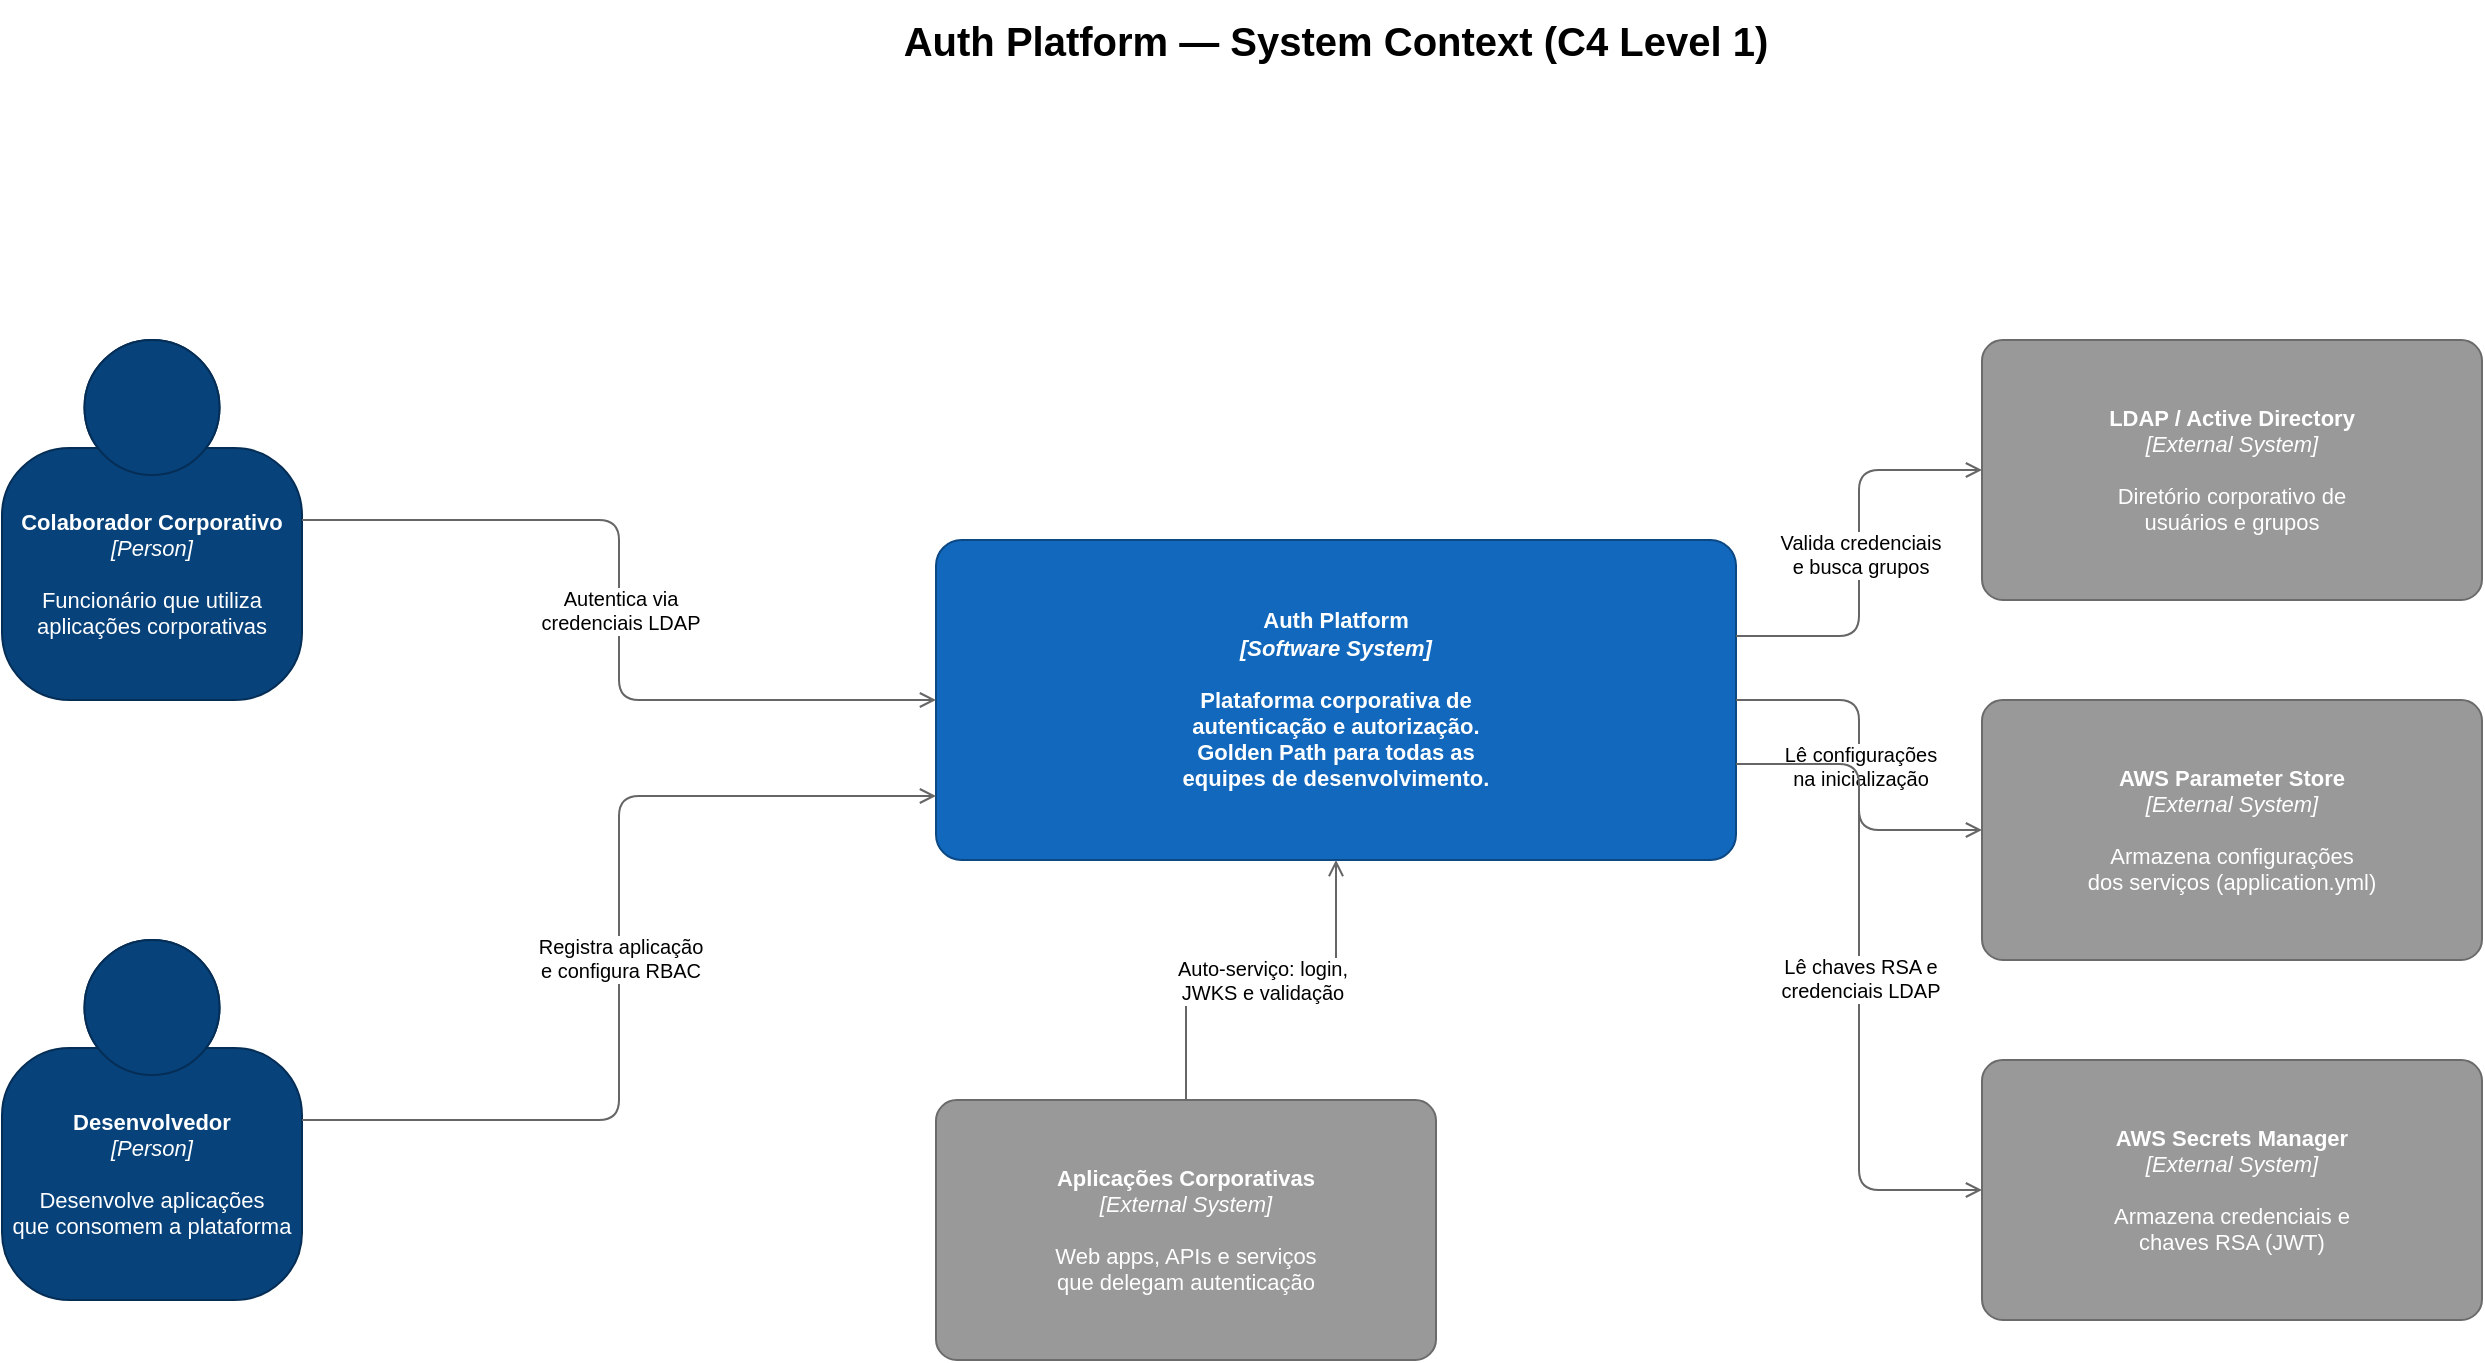
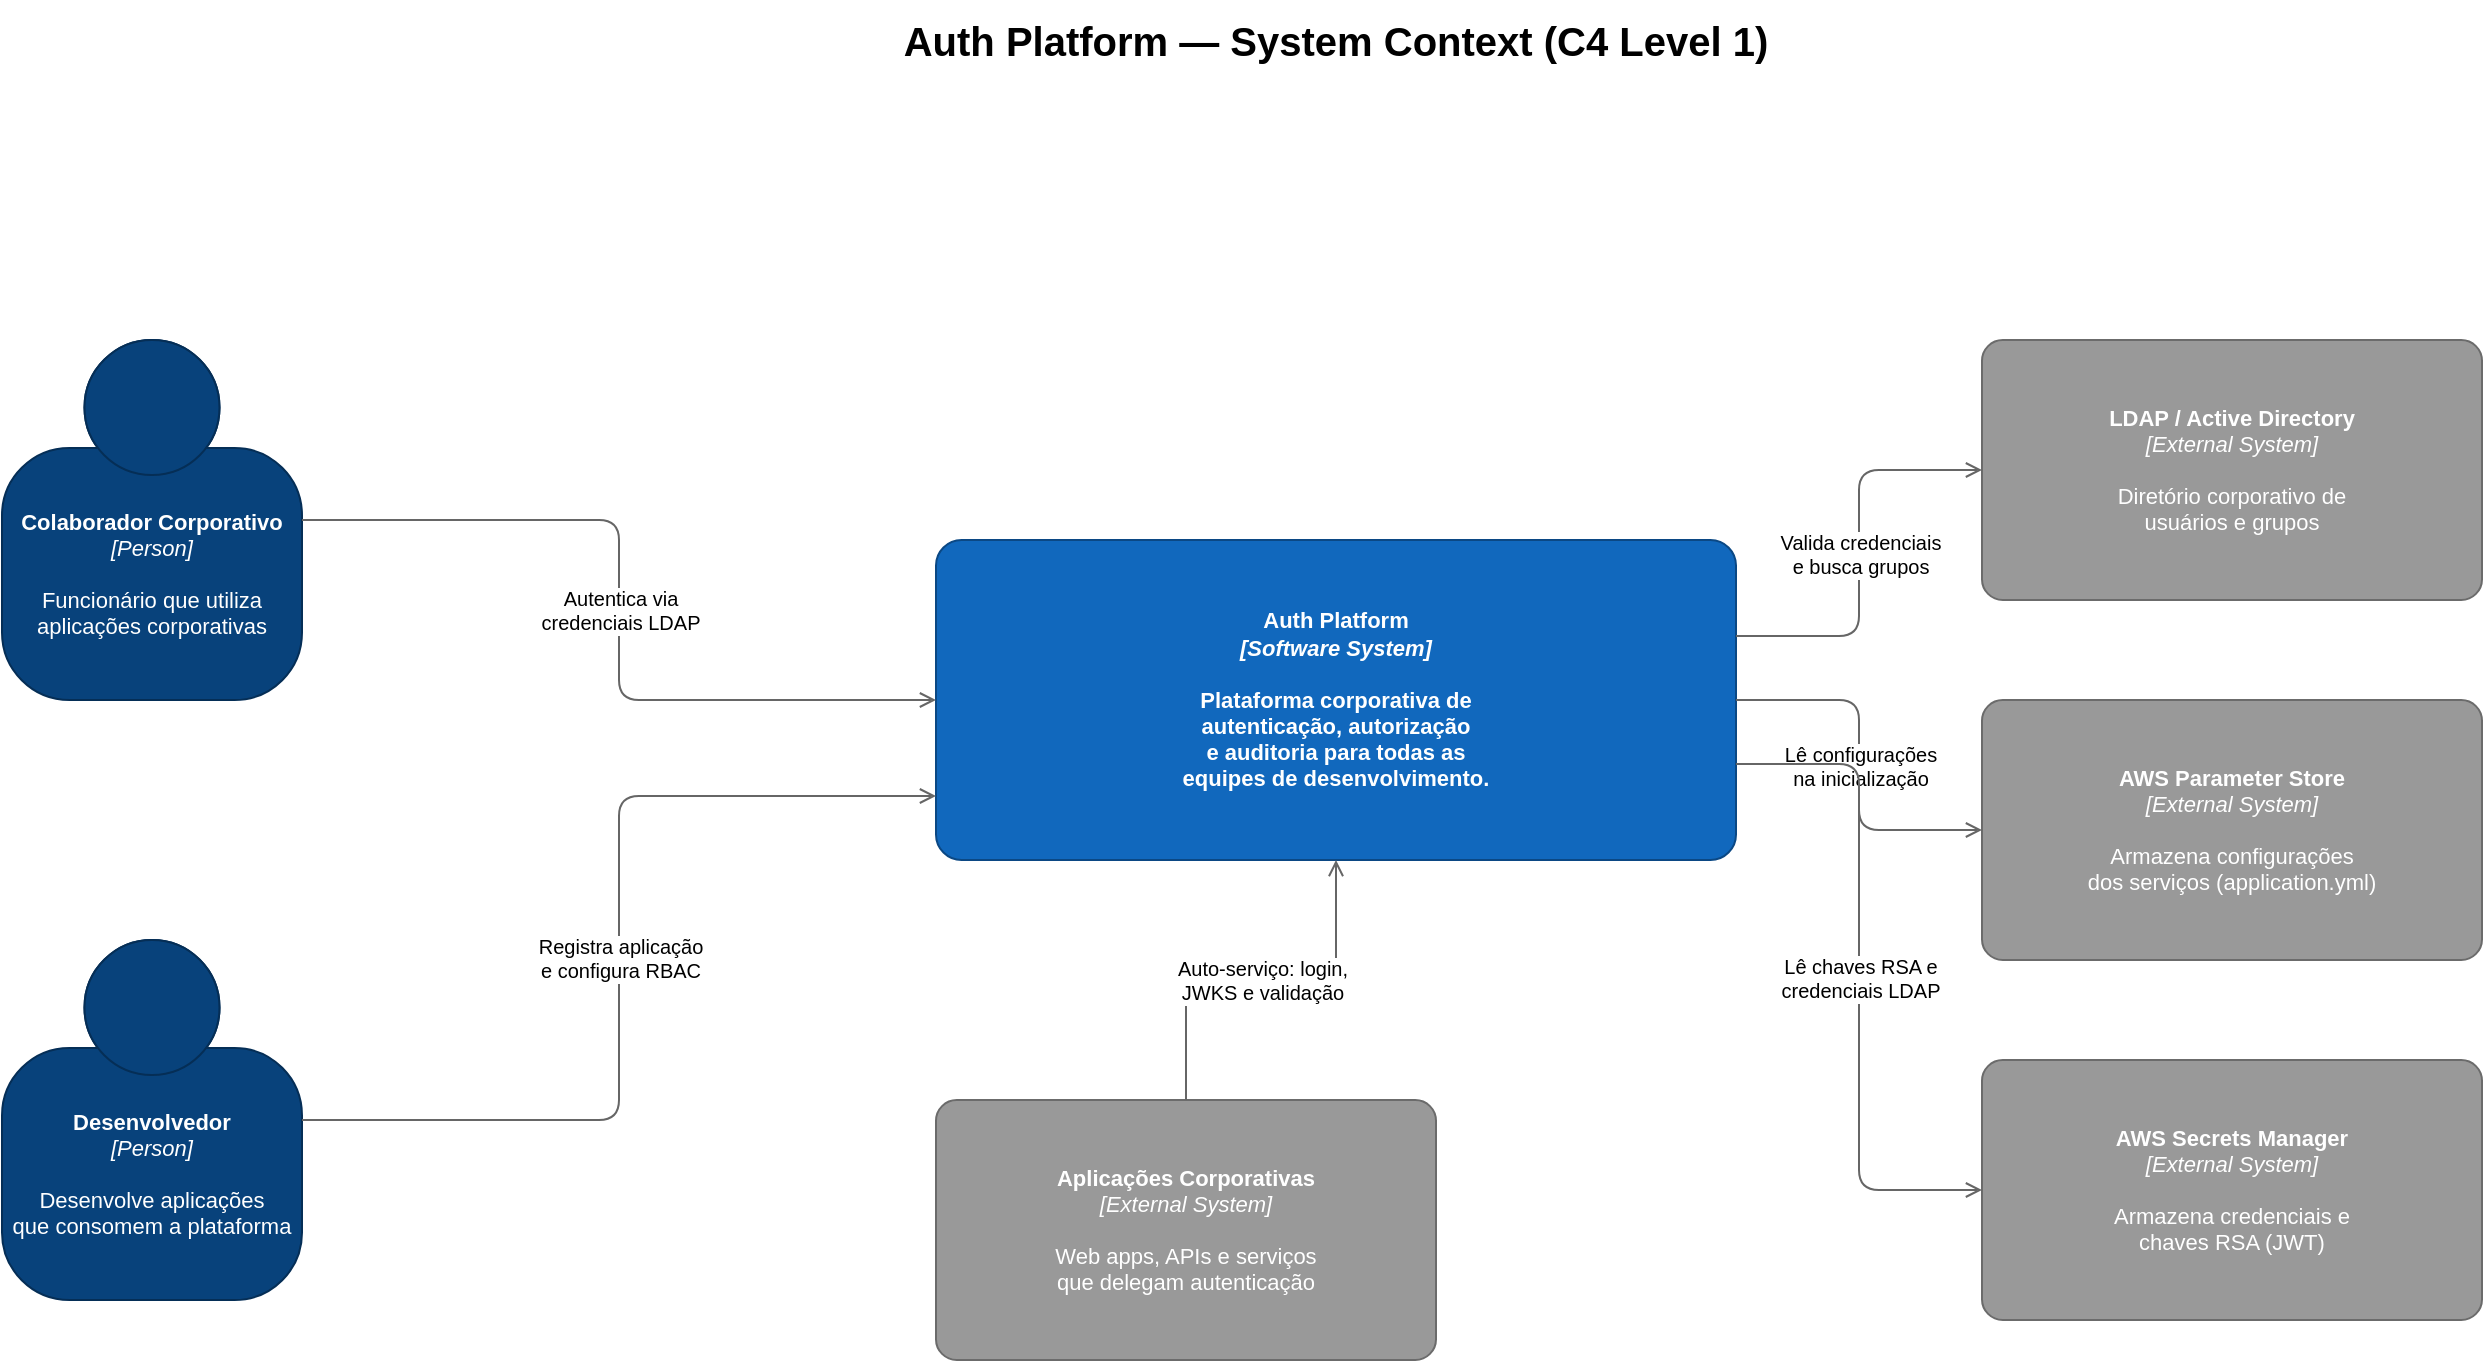
- <mxfile host="drawio-plugin" modified="2026-04-20T02:55:29.853Z" agent="Mozilla/5.0 (Macintosh; Intel Mac OS X 10_15_7) AppleWebKit/537.36 (KHTML, like Gecko) Chrome/137.0.0.0 Safari/537.36" etag="ff79h0xyq_uaceDxuAcc" version="22.1.22" type="embed" pages="4">
+ <mxfile host="drawio-plugin" modified="2026-05-05T01:13:35.645Z" agent="Mozilla/5.0 (Macintosh; Intel Mac OS X 10_15_7) AppleWebKit/537.36 (KHTML, like Gecko) Chrome/137.0.0.0 Safari/537.36" etag="6Bl6NevloPw86yOr_3Za" version="22.1.22" type="embed" pages="4">
  <diagram id="c4-context" name="C4 - Level 1: System Context">
-     <mxGraphModel dx="1364" dy="908" grid="1" gridSize="10" guides="1" tooltips="1" connect="1" arrows="1" fold="1" page="1" pageScale="1" pageWidth="1654" pageHeight="1169" math="0" shadow="0">
+     <mxGraphModel dx="939" dy="909" grid="1" gridSize="10" guides="1" tooltips="1" connect="1" arrows="1" fold="1" page="1" pageScale="1" pageWidth="1654" pageHeight="1169" math="0" shadow="0">
      <root>
        <mxCell id="0" />
        <mxCell id="1" parent="0" />
        <mxCell id="title" value="Auth Platform — System Context (C4 Level 1)" style="text;html=1;strokeColor=none;fillColor=none;align=center;verticalAlign=middle;whiteSpace=wrap;rounded=0;fontSize=20;fontStyle=1;" parent="1" vertex="1">
          <mxGeometry x="427" y="30" width="800" height="40" as="geometry" />
        </mxCell>
        <mxCell id="person-user" value="&lt;b&gt;Colaborador Corporativo&lt;/b&gt;&lt;br&gt;&lt;i&gt;[Person]&lt;/i&gt;&lt;br&gt;&lt;br&gt;Funcionário que utiliza&lt;br&gt;aplicações corporativas" style="shape=mxgraph.c4.person2;whiteSpace=wrap;html=1;fillColor=#08427B;fontColor=#ffffff;strokeColor=#052E56;fontSize=11;" parent="1" vertex="1">
          <mxGeometry x="160" y="200" width="150" height="180" as="geometry" />
        </mxCell>
        <mxCell id="person-dev" value="&lt;b&gt;Desenvolvedor&lt;/b&gt;&lt;br&gt;&lt;i&gt;[Person]&lt;/i&gt;&lt;br&gt;&lt;br&gt;Desenvolve aplicações&lt;br&gt;que consomem a plataforma" style="shape=mxgraph.c4.person2;whiteSpace=wrap;html=1;fillColor=#08427B;fontColor=#ffffff;strokeColor=#052E56;fontSize=11;" parent="1" vertex="1">
          <mxGeometry x="160" y="500" width="150" height="180" as="geometry" />
        </mxCell>
-         <mxCell id="system-auth" value="&lt;b&gt;Auth Platform&lt;/b&gt;&lt;br&gt;&lt;i&gt;[Software System]&lt;/i&gt;&lt;br&gt;&lt;br&gt;Plataforma corporativa de&lt;br&gt;autenticação e autorização.&lt;br&gt;Golden Path para todas as&lt;br&gt;equipes de desenvolvimento." style="rounded=1;whiteSpace=wrap;html=1;arcSize=8;fillColor=#1168BD;fontColor=#ffffff;strokeColor=#0B4884;fontSize=11;fontStyle=1;" parent="1" vertex="1">
+         <mxCell id="system-auth" value="&lt;b&gt;Auth Platform&lt;/b&gt;&lt;br&gt;&lt;i&gt;[Software System]&lt;/i&gt;&lt;br&gt;&lt;br&gt;Plataforma corporativa de&lt;br&gt;autenticação, autorização&lt;br&gt;e auditoria para todas as&lt;br&gt;equipes de desenvolvimento." style="rounded=1;whiteSpace=wrap;html=1;arcSize=8;fillColor=#1168BD;fontColor=#ffffff;strokeColor=#0B4884;fontSize=11;fontStyle=1;" parent="1" vertex="1">
          <mxGeometry x="627" y="300" width="400" height="160" as="geometry" />
        </mxCell>
        <mxCell id="ext-ldap" value="&lt;b&gt;LDAP / Active Directory&lt;/b&gt;&lt;br&gt;&lt;i&gt;[External System]&lt;/i&gt;&lt;br&gt;&lt;br&gt;Diretório corporativo de&lt;br&gt;usuários e grupos" style="rounded=1;whiteSpace=wrap;html=1;arcSize=8;fillColor=#999999;fontColor=#ffffff;strokeColor=#6B6B6B;fontSize=11;" parent="1" vertex="1">
          <mxGeometry x="1150" y="200" width="250" height="130" as="geometry" />
        </mxCell>
        <mxCell id="ext-ssm" value="&lt;b&gt;AWS Parameter Store&lt;/b&gt;&lt;br&gt;&lt;i&gt;[External System]&lt;/i&gt;&lt;br&gt;&lt;br&gt;Armazena configurações&lt;br&gt;dos serviços (application.yml)" style="rounded=1;whiteSpace=wrap;html=1;arcSize=8;fillColor=#999999;fontColor=#ffffff;strokeColor=#6B6B6B;fontSize=11;" parent="1" vertex="1">
          <mxGeometry x="1150" y="380" width="250" height="130" as="geometry" />
        </mxCell>
        <mxCell id="ext-sm" value="&lt;b&gt;AWS Secrets Manager&lt;/b&gt;&lt;br&gt;&lt;i&gt;[External System]&lt;/i&gt;&lt;br&gt;&lt;br&gt;Armazena credenciais e&lt;br&gt;chaves RSA (JWT)" style="rounded=1;whiteSpace=wrap;html=1;arcSize=8;fillColor=#999999;fontColor=#ffffff;strokeColor=#6B6B6B;fontSize=11;" parent="1" vertex="1">
          <mxGeometry x="1150" y="560" width="250" height="130" as="geometry" />
        </mxCell>
        <mxCell id="ext-app" value="&lt;b&gt;Aplicações Corporativas&lt;/b&gt;&lt;br&gt;&lt;i&gt;[External System]&lt;/i&gt;&lt;br&gt;&lt;br&gt;Web apps, APIs e serviços&lt;br&gt;que delegam autenticação" style="rounded=1;whiteSpace=wrap;html=1;arcSize=8;fillColor=#999999;fontColor=#ffffff;strokeColor=#6B6B6B;fontSize=11;" parent="1" vertex="1">
          <mxGeometry x="627" y="580" width="250" height="130" as="geometry" />
        </mxCell>
        <mxCell id="rel-user-auth" value="Autentica via&lt;br&gt;credenciais LDAP" style="edgeStyle=orthogonalEdgeStyle;html=1;exitX=1;exitY=0.5;entryX=0;entryY=0.5;endArrow=open;endFill=0;strokeColor=#666666;fontSize=10;" parent="1" source="person-user" target="system-auth" edge="1">
          <mxGeometry relative="1" as="geometry" />
        </mxCell>
        <mxCell id="rel-dev-auth" value="Registra aplicação&lt;br&gt;e configura RBAC" style="edgeStyle=orthogonalEdgeStyle;html=1;exitX=1;exitY=0.5;entryX=0;entryY=0.8;endArrow=open;endFill=0;strokeColor=#666666;fontSize=10;" parent="1" source="person-dev" target="system-auth" edge="1">
          <mxGeometry relative="1" as="geometry" />
        </mxCell>
        <mxCell id="rel-auth-ldap" value="Valida credenciais&lt;br&gt;e busca grupos" style="edgeStyle=orthogonalEdgeStyle;html=1;exitX=1;exitY=0.3;entryX=0;entryY=0.5;endArrow=open;endFill=0;strokeColor=#666666;fontSize=10;" parent="1" source="system-auth" target="ext-ldap" edge="1">
          <mxGeometry relative="1" as="geometry" />
        </mxCell>
        <mxCell id="rel-auth-ssm" value="Lê configurações&lt;br&gt;na inicialização" style="edgeStyle=orthogonalEdgeStyle;html=1;exitX=1;exitY=0.5;entryX=0;entryY=0.5;endArrow=open;endFill=0;strokeColor=#666666;fontSize=10;" parent="1" source="system-auth" target="ext-ssm" edge="1">
          <mxGeometry relative="1" as="geometry" />
        </mxCell>
        <mxCell id="rel-auth-sm" value="Lê chaves RSA e&lt;br&gt;credenciais LDAP" style="edgeStyle=orthogonalEdgeStyle;html=1;exitX=1;exitY=0.7;entryX=0;entryY=0.5;endArrow=open;endFill=0;strokeColor=#666666;fontSize=10;" parent="1" source="system-auth" target="ext-sm" edge="1">
          <mxGeometry relative="1" as="geometry" />
        </mxCell>
        <mxCell id="rel-app-auth" value="Auto-serviço: login,&lt;br&gt;JWKS e validação" style="edgeStyle=orthogonalEdgeStyle;html=1;exitX=0.5;exitY=0;entryX=0.5;entryY=1;endArrow=open;endFill=0;strokeColor=#666666;fontSize=10;" parent="1" source="ext-app" target="system-auth" edge="1">
          <mxGeometry relative="1" as="geometry" />
        </mxCell>
      </root>
    </mxGraphModel>
  </diagram>
  <diagram id="c4-container" name="C4 - Level 2: Containers">
-     <mxGraphModel dx="1364" dy="908" grid="1" gridSize="10" guides="1" tooltips="1" connect="1" arrows="1" fold="1" page="1" pageScale="1" pageWidth="1654" pageHeight="1169" math="0" shadow="0">
+     <mxGraphModel dx="939" dy="909" grid="1" gridSize="10" guides="1" tooltips="1" connect="1" arrows="1" fold="1" page="1" pageScale="1" pageWidth="1654" pageHeight="1169" math="0" shadow="0">
      <root>
        <mxCell id="0" />
        <mxCell id="1" parent="0" />
        <mxCell id="title2" value="Auth Platform — Container Diagram (C4 Level 2)" style="text;html=1;strokeColor=none;fillColor=none;align=center;verticalAlign=middle;whiteSpace=wrap;rounded=0;fontSize=20;fontStyle=1;" parent="1" vertex="1">
          <mxGeometry x="427" y="20" width="800" height="40" as="geometry" />
        </mxCell>
        <mxCell id="boundary" value="Auth Platform" style="swimlane;startSize=40;fillColor=none;strokeColor=#052E56;strokeWidth=2;fontSize=14;fontStyle=1;dashed=0;rounded=1;" parent="1" vertex="1">
          <mxGeometry x="320" y="80" width="900" height="680" as="geometry" />
        </mxCell>
-         <mxCell id="container-auth" value="&lt;b&gt;Auth Service&lt;/b&gt;&lt;br&gt;&lt;i&gt;[Container: Spring Boot]&lt;/i&gt;&lt;br&gt;&lt;br&gt;Autenticação LDAP/AD.&lt;br&gt;Emissão JWT RS256 com kid.&lt;br&gt;JWKS público para apps.&lt;br&gt;Porta: 8081" style="rounded=1;whiteSpace=wrap;html=1;arcSize=8;fillColor=#438DD5;fontColor=#ffffff;strokeColor=#006EAF;fontSize=10;" parent="boundary" vertex="1">
+         <mxCell id="container-auth" value="&lt;b&gt;Auth Service&lt;/b&gt;&lt;br&gt;&lt;i&gt;[Container: Spring Boot]&lt;/i&gt;&lt;br&gt;&lt;br&gt;Autenticação LDAP/AD.&lt;br&gt;JWT RS256 + JWKS.&lt;br&gt;Cache LDAP em Redis.&lt;br&gt;Porta: 8081" style="rounded=1;whiteSpace=wrap;html=1;arcSize=8;fillColor=#438DD5;fontColor=#ffffff;strokeColor=#006EAF;fontSize=10;" parent="boundary" vertex="1">
          <mxGeometry x="100" y="300" width="220" height="150" as="geometry" />
        </mxCell>
        <mxCell id="container-authz" value="&lt;b&gt;Authorization Service&lt;/b&gt;&lt;br&gt;&lt;i&gt;[Container: Spring Boot]&lt;/i&gt;&lt;br&gt;&lt;br&gt;Gerenciamento RBAC.&lt;br&gt;Registro de aplicações.&lt;br&gt;Verificação de permissões.&lt;br&gt;Porta: 8082" style="rounded=1;whiteSpace=wrap;html=1;arcSize=8;fillColor=#438DD5;fontColor=#ffffff;strokeColor=#006EAF;fontSize=10;" parent="boundary" vertex="1">
          <mxGeometry x="560" y="300" width="220" height="150" as="geometry" />
        </mxCell>
-         <mxCell id="container-redis" value="&lt;b&gt;Redis&lt;/b&gt;&lt;br&gt;&lt;i&gt;[Container: Redis 7]&lt;/i&gt;&lt;br&gt;&lt;br&gt;Cache de tokens e&lt;br&gt;blacklist de revogação.&lt;br&gt;Porta: 6379" style="shape=cylinder3;size=10;whiteSpace=wrap;html=1;fillColor=#438DD5;fontColor=#ffffff;strokeColor=#006EAF;fontSize=10;" parent="boundary" vertex="1">
+         <mxCell id="container-audit" value="&lt;b&gt;Audit Service&lt;/b&gt;&lt;br&gt;&lt;i&gt;[Container: Spring Boot]&lt;/i&gt;&lt;br&gt;&lt;br&gt;Trilha central de&lt;br&gt;eventos de segurança&lt;br&gt;e administração.&lt;br&gt;Porta: 8083" style="rounded=1;whiteSpace=wrap;html=1;arcSize=8;fillColor=#438DD5;fontColor=#ffffff;strokeColor=#006EAF;fontSize=10;" parent="boundary" vertex="1">
+           <mxGeometry x="330" y="300" width="200" height="150" as="geometry" />
+         </mxCell>
+         <mxCell id="container-redis" value="&lt;b&gt;Redis&lt;/b&gt;&lt;br&gt;&lt;i&gt;[Container: Redis 7]&lt;/i&gt;&lt;br&gt;&lt;br&gt;Tokens, blacklist,&lt;br&gt;cache LDAP e rate limit.&lt;br&gt;Porta: 6379" style="shape=cylinder3;size=10;whiteSpace=wrap;html=1;fillColor=#438DD5;fontColor=#ffffff;strokeColor=#006EAF;fontSize=10;" parent="boundary" vertex="1">
          <mxGeometry x="100" y="510" width="180" height="120" as="geometry" />
        </mxCell>
-         <mxCell id="container-pg" value="&lt;b&gt;PostgreSQL&lt;/b&gt;&lt;br&gt;&lt;i&gt;[Container: PostgreSQL 16]&lt;/i&gt;&lt;br&gt;&lt;br&gt;Dados de aplicações,&lt;br&gt;roles e permissões.&lt;br&gt;Porta: 5432" style="shape=cylinder3;size=10;whiteSpace=wrap;html=1;fillColor=#438DD5;fontColor=#ffffff;strokeColor=#006EAF;fontSize=10;" parent="boundary" vertex="1">
+         <mxCell id="container-pg" value="&lt;b&gt;MySQL&lt;/b&gt;&lt;br&gt;&lt;i&gt;[Container: MySQL 8.4]&lt;/i&gt;&lt;br&gt;&lt;br&gt;RBAC e eventos&lt;br&gt;de auditoria.&lt;br&gt;Porta: 3306" style="shape=cylinder3;size=10;whiteSpace=wrap;html=1;fillColor=#438DD5;fontColor=#ffffff;strokeColor=#006EAF;fontSize=10;" parent="boundary" vertex="1">
          <mxGeometry x="560" y="510" width="180" height="120" as="geometry" />
        </mxCell>
        <mxCell id="ext2-ldap" value="&lt;b&gt;LDAP / Active Directory&lt;/b&gt;&lt;br&gt;&lt;i&gt;[External System]&lt;/i&gt;" style="rounded=1;whiteSpace=wrap;html=1;arcSize=8;fillColor=#999999;fontColor=#ffffff;strokeColor=#6B6B6B;fontSize=10;" parent="1" vertex="1">
          <mxGeometry x="80" y="500" width="180" height="80" as="geometry" />
        </mxCell>
        <mxCell id="ext2-aws" value="&lt;b&gt;AWS (SSM + Secrets Manager)&lt;/b&gt;&lt;br&gt;&lt;i&gt;[External System]&lt;/i&gt;" style="rounded=1;whiteSpace=wrap;html=1;arcSize=8;fillColor=#999999;fontColor=#ffffff;strokeColor=#6B6B6B;fontSize=10;" parent="1" vertex="1">
          <mxGeometry x="1280" y="400" width="220" height="80" as="geometry" />
        </mxCell>
        <mxCell id="ext2-client" value="&lt;b&gt;Aplicação Cliente&lt;/b&gt;&lt;br&gt;&lt;i&gt;[External System]&lt;/i&gt;" style="rounded=1;whiteSpace=wrap;html=1;arcSize=8;fillColor=#999999;fontColor=#ffffff;strokeColor=#6B6B6B;fontSize=10;" parent="1" vertex="1">
          <mxGeometry x="80" y="280" width="180" height="80" as="geometry" />
        </mxCell>
        <mxCell id="r1" value="HTTP :8081&lt;br&gt;login, refresh, validate, jwks" style="edgeStyle=orthogonalEdgeStyle;html=1;endArrow=open;endFill=0;strokeColor=#666666;fontSize=9;" parent="1" source="ext2-client" target="container-auth" edge="1">
          <mxGeometry relative="1" as="geometry" />
        </mxCell>
        <mxCell id="r2" value="HTTP :8082&lt;br&gt;RBAC e self-service" style="edgeStyle=orthogonalEdgeStyle;html=1;endArrow=open;endFill=0;strokeColor=#0066CC;fontSize=9;" parent="1" source="ext2-client" target="container-authz" edge="1">
          <mxGeometry relative="1" as="geometry" />
        </mxCell>
        <mxCell id="r5" value="LDAP bind + search" style="edgeStyle=orthogonalEdgeStyle;html=1;endArrow=open;endFill=0;strokeColor=#666666;fontSize=9;" parent="1" source="container-auth" target="ext2-ldap" edge="1">
          <mxGeometry relative="1" as="geometry" />
        </mxCell>
-         <mxCell id="r6" value="Token cache/blacklist" style="edgeStyle=orthogonalEdgeStyle;html=1;endArrow=open;endFill=0;strokeColor=#666666;fontSize=9;" parent="1" source="container-auth" target="container-redis" edge="1">
+         <mxCell id="r6" value="Tokens, LDAP cache&lt;br&gt;e rate limit" style="edgeStyle=orthogonalEdgeStyle;html=1;endArrow=open;endFill=0;strokeColor=#666666;fontSize=9;" parent="1" source="container-auth" target="container-redis" edge="1">
          <mxGeometry relative="1" as="geometry" />
        </mxCell>
        <mxCell id="r7" value="Lê/grava RBAC" style="edgeStyle=orthogonalEdgeStyle;html=1;endArrow=open;endFill=0;strokeColor=#666666;fontSize=9;" parent="1" source="container-authz" target="container-pg" edge="1">
          <mxGeometry relative="1" as="geometry" />
        </mxCell>
+         <mxCell id="r7a" value="Grava audit_events" style="edgeStyle=orthogonalEdgeStyle;html=1;endArrow=open;endFill=0;strokeColor=#666666;fontSize=9;" parent="1" source="container-audit" target="container-pg" edge="1">
+           <mxGeometry relative="1" as="geometry" />
+         </mxCell>
        <mxCell id="r8" value="Secrets + Parameters" style="edgeStyle=orthogonalEdgeStyle;html=1;endArrow=open;endFill=0;strokeColor=#FF8C00;fontSize=9;" parent="1" source="container-auth" target="ext2-aws" edge="1">
          <mxGeometry relative="1" as="geometry" />
        </mxCell>
        <mxCell id="r9" value="Public key + Parameters" style="edgeStyle=orthogonalEdgeStyle;html=1;endArrow=open;endFill=0;strokeColor=#FF8C00;fontSize=9;" parent="1" source="container-authz" target="ext2-aws" edge="1">
          <mxGeometry relative="1" as="geometry" />
        </mxCell>
      </root>
    </mxGraphModel>
  </diagram>
  <diagram id="c4-component" name="C4 - Level 3: Auth Service Components">
-     <mxGraphModel dx="1364" dy="908" grid="1" gridSize="10" guides="1" tooltips="1" connect="1" arrows="1" fold="1" page="1" pageScale="1" pageWidth="1654" pageHeight="1169" math="0" shadow="0">
+     <mxGraphModel dx="939" dy="909" grid="1" gridSize="10" guides="1" tooltips="1" connect="1" arrows="1" fold="1" page="1" pageScale="1" pageWidth="1654" pageHeight="1169" math="0" shadow="0">
      <root>
        <mxCell id="0" />
        <mxCell id="1" parent="0" />
        <mxCell id="title3" value="Auth Service — Component Diagram (C4 Level 3)" style="text;html=1;strokeColor=none;fillColor=none;align=center;verticalAlign=middle;whiteSpace=wrap;rounded=0;fontSize=20;fontStyle=1;" parent="1" vertex="1">
          <mxGeometry x="427" y="20" width="800" height="40" as="geometry" />
        </mxCell>
        <mxCell id="auth-boundary" value="Auth Service [Spring Boot]" style="swimlane;startSize=40;fillColor=none;strokeColor=#006EAF;strokeWidth=2;fontSize=14;fontStyle=1;dashed=0;rounded=1;" parent="1" vertex="1">
          <mxGeometry x="200" y="80" width="1100" height="700" as="geometry" />
        </mxCell>
        <mxCell id="layer-web" value="Infrastructure: Web" style="swimlane;startSize=30;fillColor=#EBF5FB;strokeColor=#85C1E9;fontSize=12;fontStyle=2;rounded=1;" parent="auth-boundary" vertex="1">
-           <mxGeometry x="20" y="60" width="300" height="200" as="geometry" />
-         </mxCell>
-         <mxCell id="comp-controller" value="&lt;b&gt;AuthController + MetadataController&lt;/b&gt;&lt;br&gt;&lt;i&gt;[Component: REST Controller]&lt;/i&gt;&lt;br&gt;&lt;br&gt;POST /login&lt;br&gt;POST /refresh&lt;br&gt;POST /validate&lt;br&gt;DELETE /logout&lt;br&gt;GET /.well-known/jwks.json" style="rounded=1;whiteSpace=wrap;html=1;arcSize=8;fillColor=#85BBF0;strokeColor=#5D82B5;fontSize=10;" parent="layer-web" vertex="1">
-           <mxGeometry x="20" y="50" width="260" height="130" as="geometry" />
+           <mxGeometry x="20" y="60" width="300" height="220" as="geometry" />
+         </mxCell>
+         <mxCell id="comp-controller" value="&lt;b&gt;AuthController + MetadataController&lt;/b&gt;&lt;br&gt;&lt;i&gt;[Component: REST Controller]&lt;/i&gt;&lt;br&gt;&lt;br&gt;POST /login&lt;br&gt;POST /refresh&lt;br&gt;POST /validate&lt;br&gt;DELETE /logout&lt;br&gt;GET /.well-known/jwks.json&lt;br&gt;GET /.well-known/openid-configuration" style="rounded=1;whiteSpace=wrap;html=1;arcSize=8;fillColor=#85BBF0;strokeColor=#5D82B5;fontSize=10;" parent="layer-web" vertex="1">
+           <mxGeometry x="20" y="50" width="260" height="150" as="geometry" />
        </mxCell>
        <mxCell id="layer-app" value="Application: Use Cases" style="swimlane;startSize=30;fillColor=#EBF5FB;strokeColor=#85C1E9;fontSize=12;fontStyle=2;rounded=1;" parent="auth-boundary" vertex="1">
          <mxGeometry x="340" y="60" width="300" height="500" as="geometry" />
        </mxCell>
        <mxCell id="comp-authn" value="&lt;b&gt;AuthenticateUser&lt;/b&gt;&lt;br&gt;&lt;i&gt;[Use Case]&lt;/i&gt;&lt;br&gt;&lt;br&gt;Autentica via LDAP e&lt;br&gt;emite par de tokens JWT" style="rounded=1;whiteSpace=wrap;html=1;arcSize=8;fillColor=#85BBF0;strokeColor=#5D82B5;fontSize=10;" parent="layer-app" vertex="1">
          <mxGeometry x="20" y="50" width="260" height="90" as="geometry" />
        </mxCell>
        <mxCell id="comp-refresh" value="&lt;b&gt;RefreshToken&lt;/b&gt;&lt;br&gt;&lt;i&gt;[Use Case]&lt;/i&gt;&lt;br&gt;&lt;br&gt;Rotação de refresh token&lt;br&gt;com re-emissão de acesso" style="rounded=1;whiteSpace=wrap;html=1;arcSize=8;fillColor=#85BBF0;strokeColor=#5D82B5;fontSize=10;" parent="layer-app" vertex="1">
          <mxGeometry x="20" y="160" width="260" height="90" as="geometry" />
        </mxCell>
        <mxCell id="comp-validate" value="&lt;b&gt;ValidateToken&lt;/b&gt;&lt;br&gt;&lt;i&gt;[Use Case]&lt;/i&gt;&lt;br&gt;&lt;br&gt;Verifica assinatura, expiração&lt;br&gt;e revogação do token" style="rounded=1;whiteSpace=wrap;html=1;arcSize=8;fillColor=#85BBF0;strokeColor=#5D82B5;fontSize=10;" parent="layer-app" vertex="1">
          <mxGeometry x="20" y="270" width="260" height="90" as="geometry" />
        </mxCell>
        <mxCell id="comp-revoke" value="&lt;b&gt;RevokeToken&lt;/b&gt;&lt;br&gt;&lt;i&gt;[Use Case]&lt;/i&gt;&lt;br&gt;&lt;br&gt;Revoga token individual&lt;br&gt;ou todos tokens do usuário" style="rounded=1;whiteSpace=wrap;html=1;arcSize=8;fillColor=#85BBF0;strokeColor=#5D82B5;fontSize=10;" parent="layer-app" vertex="1">
          <mxGeometry x="20" y="380" width="260" height="90" as="geometry" />
        </mxCell>
        <mxCell id="layer-infra" value="Infrastructure: Adapters" style="swimlane;startSize=30;fillColor=#EBF5FB;strokeColor=#85C1E9;fontSize=12;fontStyle=2;rounded=1;" parent="auth-boundary" vertex="1">
          <mxGeometry x="660" y="60" width="420" height="580" as="geometry" />
        </mxCell>
-         <mxCell id="comp-ldap" value="&lt;b&gt;LdapUserAdapter&lt;/b&gt;&lt;br&gt;&lt;i&gt;[Adapter: out]&lt;/i&gt;&lt;br&gt;&lt;br&gt;Spring LDAP Template&lt;br&gt;Autenticação BIND + busca&lt;br&gt;de usuário e grupos" style="rounded=1;whiteSpace=wrap;html=1;arcSize=8;fillColor=#85BBF0;strokeColor=#5D82B5;fontSize=10;" parent="layer-infra" vertex="1">
+         <mxCell id="comp-ldap" value="&lt;b&gt;LdapUserAdapter&lt;/b&gt;&lt;br&gt;&lt;i&gt;[Adapter: out]&lt;/i&gt;&lt;br&gt;&lt;br&gt;BIND no LDAP/AD.&lt;br&gt;Busca e sincroniza&lt;br&gt;usuário/grupos" style="rounded=1;whiteSpace=wrap;html=1;arcSize=8;fillColor=#85BBF0;strokeColor=#5D82B5;fontSize=10;" parent="layer-infra" vertex="1">
          <mxGeometry x="20" y="50" width="180" height="120" as="geometry" />
        </mxCell>
        <mxCell id="comp-jwt" value="&lt;b&gt;JwtTokenAdapter + JwtKeyProvider&lt;/b&gt;&lt;br&gt;&lt;i&gt;[Adapter: out]&lt;/i&gt;&lt;br&gt;&lt;br&gt;JJWT RS256&lt;br&gt;Geração com kid&lt;br&gt;e publicação JWKS" style="rounded=1;whiteSpace=wrap;html=1;arcSize=8;fillColor=#85BBF0;strokeColor=#5D82B5;fontSize=10;" parent="layer-infra" vertex="1">
          <mxGeometry x="220" y="50" width="180" height="120" as="geometry" />
        </mxCell>
-         <mxCell id="comp-redis-adapter" value="&lt;b&gt;RedisTokenStorage&lt;/b&gt;&lt;br&gt;&lt;i&gt;[Adapter: out]&lt;/i&gt;&lt;br&gt;&lt;br&gt;Redis Template&lt;br&gt;TTL automático&lt;br&gt;Blacklist revogados" style="rounded=1;whiteSpace=wrap;html=1;arcSize=8;fillColor=#85BBF0;strokeColor=#5D82B5;fontSize=10;" parent="layer-infra" vertex="1">
+         <mxCell id="comp-redis-adapter" value="&lt;b&gt;Redis Adapters&lt;/b&gt;&lt;br&gt;&lt;i&gt;[Adapter: out]&lt;/i&gt;&lt;br&gt;&lt;br&gt;Tokens, blacklist,&lt;br&gt;cache LDAP e&lt;br&gt;rate limit" style="rounded=1;whiteSpace=wrap;html=1;arcSize=8;fillColor=#85BBF0;strokeColor=#5D82B5;fontSize=10;" parent="layer-infra" vertex="1">
          <mxGeometry x="20" y="200" width="180" height="120" as="geometry" />
        </mxCell>
        <mxCell id="comp-aws-adapter" value="&lt;b&gt;AwsSecretsLoader&lt;/b&gt;&lt;br&gt;&lt;i&gt;[Adapter: out]&lt;/i&gt;&lt;br&gt;&lt;br&gt;AWS SDK v2&lt;br&gt;Chaves RSA e credenciais&lt;br&gt;LDAP do Secrets Manager" style="rounded=1;whiteSpace=wrap;html=1;arcSize=8;fillColor=#85BBF0;strokeColor=#5D82B5;fontSize=10;" parent="layer-infra" vertex="1">
          <mxGeometry x="220" y="200" width="180" height="120" as="geometry" />
        </mxCell>
        <mxCell id="comp-domain-svc" value="&lt;b&gt;AuthenticationDomainService&lt;/b&gt;&lt;br&gt;&lt;i&gt;[Domain Service]&lt;/i&gt;&lt;br&gt;&lt;br&gt;Cria Token domain objects&lt;br&gt;com UUID e tempo de vida" style="rounded=1;whiteSpace=wrap;html=1;arcSize=8;fillColor=#D5E8D4;strokeColor=#82B366;fontSize=10;" parent="layer-infra" vertex="1">
          <mxGeometry x="120" y="360" width="180" height="100" as="geometry" />
        </mxCell>
        <mxCell id="rc1" value="" style="edgeStyle=orthogonalEdgeStyle;html=1;endArrow=open;endFill=0;strokeColor=#0066CC;fontSize=9;" parent="auth-boundary" source="comp-controller" target="comp-authn" edge="1">
          <mxGeometry relative="1" as="geometry" />
        </mxCell>
        <mxCell id="rc2" value="" style="edgeStyle=orthogonalEdgeStyle;html=1;endArrow=open;endFill=0;strokeColor=#0066CC;fontSize=9;" parent="auth-boundary" source="comp-controller" target="comp-refresh" edge="1">
          <mxGeometry relative="1" as="geometry" />
        </mxCell>
        <mxCell id="rc3" value="" style="edgeStyle=orthogonalEdgeStyle;html=1;endArrow=open;endFill=0;strokeColor=#0066CC;fontSize=9;" parent="auth-boundary" source="comp-controller" target="comp-validate" edge="1">
          <mxGeometry relative="1" as="geometry" />
        </mxCell>
        <mxCell id="ext3-ldap" value="LDAP/AD" style="rounded=1;whiteSpace=wrap;html=1;arcSize=8;fillColor=#999999;fontColor=#ffffff;strokeColor=#6B6B6B;fontSize=10;" parent="1" vertex="1">
-           <mxGeometry x="1360" y="180" width="120" height="60" as="geometry" />
+           <mxGeometry x="1360" y="150" width="120" height="60" as="geometry" />
        </mxCell>
        <mxCell id="ext3-redis" value="Redis" style="shape=cylinder3;size=10;whiteSpace=wrap;html=1;fillColor=#438DD5;fontColor=#ffffff;strokeColor=#006EAF;fontSize=10;" parent="1" vertex="1">
          <mxGeometry x="1360" y="290" width="120" height="80" as="geometry" />
        </mxCell>
        <mxCell id="ext3-aws" value="AWS Secrets" style="rounded=1;whiteSpace=wrap;html=1;arcSize=8;fillColor=#999999;fontColor=#ffffff;strokeColor=#6B6B6B;fontSize=10;" parent="1" vertex="1">
          <mxGeometry x="1360" y="420" width="120" height="60" as="geometry" />
        </mxCell>
-         <mxCell id="rc4" value="LDAP bind" style="edgeStyle=orthogonalEdgeStyle;html=1;endArrow=open;endFill=0;strokeColor=#666666;fontSize=9;" parent="1" source="comp-ldap" target="ext3-ldap" edge="1">
-           <mxGeometry relative="1" as="geometry" />
+         <mxCell id="rc4" value="LDAP bind/search" style="edgeStyle=orthogonalEdgeStyle;html=1;endArrow=open;endFill=0;strokeColor=#666666;fontSize=9;" parent="1" source="comp-ldap" target="ext3-ldap" edge="1">
+           <mxGeometry relative="1" as="geometry">
+             <Array as="points">
+               <mxPoint x="970" y="180" />
+             </Array>
+           </mxGeometry>
        </mxCell>
        <mxCell id="rc5" value="SET/GET" style="edgeStyle=orthogonalEdgeStyle;html=1;endArrow=open;endFill=0;strokeColor=#666666;fontSize=9;" parent="1" source="comp-redis-adapter" target="ext3-redis" edge="1">
-           <mxGeometry relative="1" as="geometry" />
+           <mxGeometry relative="1" as="geometry">
+             <Array as="points">
+               <mxPoint x="970" y="330" />
+             </Array>
+           </mxGeometry>
        </mxCell>
        <mxCell id="rc6" value="GetSecretValue" style="edgeStyle=orthogonalEdgeStyle;html=1;endArrow=open;endFill=0;strokeColor=#FF8C00;fontSize=9;" parent="1" source="comp-aws-adapter" target="ext3-aws" edge="1">
          <mxGeometry relative="1" as="geometry" />
        </mxCell>
      </root>
    </mxGraphModel>
  </diagram>
  <diagram id="c4-deploy" name="C4 - Level 4: Deployment (Local)">
    <mxGraphModel dx="1364" dy="908" grid="1" gridSize="10" guides="1" tooltips="1" connect="1" arrows="1" fold="1" page="1" pageScale="1" pageWidth="1654" pageHeight="1169" math="0" shadow="0">
      <root>
        <mxCell id="0" />
        <mxCell id="1" parent="0" />
        <mxCell id="title4" value="Auth Platform — Deployment: Local (Rancher / Docker Compose)" style="text;html=1;strokeColor=none;fillColor=none;align=center;verticalAlign=middle;whiteSpace=wrap;rounded=0;fontSize=20;fontStyle=1;" parent="1" vertex="1">
          <mxGeometry x="227" y="20" width="1200" height="40" as="geometry" />
        </mxCell>
        <mxCell id="network" value="Docker Network: auth-network" style="swimlane;startSize=40;fillColor=none;strokeColor=#0B4884;strokeWidth=2;fontSize=14;fontStyle=1;dashed=1;rounded=1;" parent="1" vertex="1">
          <mxGeometry x="60" y="80" width="1540" height="900" as="geometry" />
        </mxCell>
        <mxCell id="row-infra" value="Infrastructure Services" style="swimlane;startSize=30;fillColor=#FFF9E6;strokeColor=#D6B656;fontSize=12;fontStyle=2;rounded=1;" parent="network" vertex="1">
          <mxGeometry x="20" y="60" width="1500" height="200" as="geometry" />
        </mxCell>
-         <mxCell id="deploy-pg" value="&lt;b&gt;postgres:16-alpine&lt;/b&gt;&lt;br&gt;auth-postgres&lt;br&gt;Port: 5432&lt;br&gt;Vol: postgres-data" style="shape=mxgraph.docker.container;whiteSpace=wrap;html=1;fillColor=#D5E8D4;strokeColor=#82B366;fontSize=10;" parent="row-infra" vertex="1">
+         <mxCell id="deploy-pg" value="&lt;b&gt;mysql:8.4&lt;/b&gt;&lt;br&gt;auth-mysql&lt;br&gt;Port: 3306&lt;br&gt;Vol: mysql-data" style="shape=mxgraph.docker.container;whiteSpace=wrap;html=1;fillColor=#D5E8D4;strokeColor=#82B366;fontSize=10;" parent="row-infra" vertex="1">
          <mxGeometry x="20" y="50" width="200" height="120" as="geometry" />
        </mxCell>
        <mxCell id="deploy-redis" value="&lt;b&gt;redis:7-alpine&lt;/b&gt;&lt;br&gt;auth-redis&lt;br&gt;Port: 6379&lt;br&gt;Vol: redis-data" style="shape=mxgraph.docker.container;whiteSpace=wrap;html=1;fillColor=#D5E8D4;strokeColor=#82B366;fontSize=10;" parent="row-infra" vertex="1">
          <mxGeometry x="260" y="50" width="200" height="120" as="geometry" />
        </mxCell>
        <mxCell id="deploy-ldap" value="&lt;b&gt;osixia/openldap:1.5.0&lt;/b&gt;&lt;br&gt;auth-openldap&lt;br&gt;Port: 389&lt;br&gt;Vol: openldap-data" style="shape=mxgraph.docker.container;whiteSpace=wrap;html=1;fillColor=#D5E8D4;strokeColor=#82B366;fontSize=10;" parent="row-infra" vertex="1">
          <mxGeometry x="500" y="50" width="200" height="120" as="geometry" />
        </mxCell>
        <mxCell id="deploy-localstack" value="&lt;b&gt;localstack/localstack:3.4&lt;/b&gt;&lt;br&gt;auth-localstack&lt;br&gt;Port: 4566&lt;br&gt;Services: ssm,secretsmanager" style="shape=mxgraph.docker.container;whiteSpace=wrap;html=1;fillColor=#D5E8D4;strokeColor=#82B366;fontSize=10;" parent="row-infra" vertex="1">
          <mxGeometry x="740" y="50" width="220" height="120" as="geometry" />
        </mxCell>
        <mxCell id="deploy-ldapadmin" value="&lt;b&gt;osixia/phpldapadmin&lt;/b&gt;&lt;br&gt;auth-ldapadmin&lt;br&gt;Port: 8090 (UI)" style="shape=mxgraph.docker.container;whiteSpace=wrap;html=1;fillColor=#D5E8D4;strokeColor=#82B366;fontSize=10;" parent="row-infra" vertex="1">
          <mxGeometry x="1000" y="50" width="200" height="120" as="geometry" />
        </mxCell>
        <mxCell id="row-apps" value="Application Services" style="swimlane;startSize=30;fillColor=#EBF5FB;strokeColor=#006EAF;fontSize=12;fontStyle=2;rounded=1;" parent="network" vertex="1">
          <mxGeometry x="20" y="300" width="1500" height="200" as="geometry" />
        </mxCell>
        <mxCell id="deploy-auth" value="&lt;b&gt;auth-service&lt;/b&gt;&lt;br&gt;auth-service&lt;br&gt;Port: 8081&lt;br&gt;eclipse-temurin:25" style="shape=mxgraph.docker.container;whiteSpace=wrap;html=1;fillColor=#DDEEFF;strokeColor=#006EAF;fontSize=10;" parent="row-apps" vertex="1">
          <mxGeometry x="260" y="50" width="200" height="120" as="geometry" />
        </mxCell>
        <mxCell id="deploy-authz" value="&lt;b&gt;authorization-service&lt;/b&gt;&lt;br&gt;auth-authorization&lt;br&gt;Port: 8082&lt;br&gt;eclipse-temurin:25" style="shape=mxgraph.docker.container;whiteSpace=wrap;html=1;fillColor=#DDEEFF;strokeColor=#006EAF;fontSize=10;" parent="row-apps" vertex="1">
          <mxGeometry x="520" y="50" width="220" height="120" as="geometry" />
        </mxCell>
-         <mxCell id="ports" value="Portas expostas ao host: 8081 (auth) | 8082 (authz) | 4566 (localstack) | 389 (ldap) | 6379 (redis) | 5432 (postgres) | 8090 (ldapadmin)" style="text;html=1;strokeColor=none;fillColor=#FFF3CD;align=center;verticalAlign=middle;whiteSpace=wrap;rounded=1;fontSize=11;fontStyle=1;" parent="network" vertex="1">
+         <mxCell id="deploy-audit" value="&lt;b&gt;audit-service&lt;/b&gt;&lt;br&gt;auth-audit&lt;br&gt;Port: 8083&lt;br&gt;eclipse-temurin:25" style="shape=mxgraph.docker.container;whiteSpace=wrap;html=1;fillColor=#DDEEFF;strokeColor=#006EAF;fontSize=10;" parent="row-apps" vertex="1">
+           <mxGeometry x="780" y="50" width="220" height="120" as="geometry" />
+         </mxCell>
+         <mxCell id="ports" value="Portas expostas ao host: 8081 (auth) | 8082 (authz) | 8083 (audit) | 4566 (localstack) | 389 (ldap) | 6379 (redis) | 3306 (mysql) | 8090 (ldapadmin)" style="text;html=1;strokeColor=none;fillColor=#FFF3CD;align=center;verticalAlign=middle;whiteSpace=wrap;rounded=1;fontSize=11;fontStyle=1;" parent="network" vertex="1">
          <mxGeometry x="20" y="820" width="1500" height="50" as="geometry" />
        </mxCell>
      </root>
    </mxGraphModel>
  </diagram>
</mxfile>
